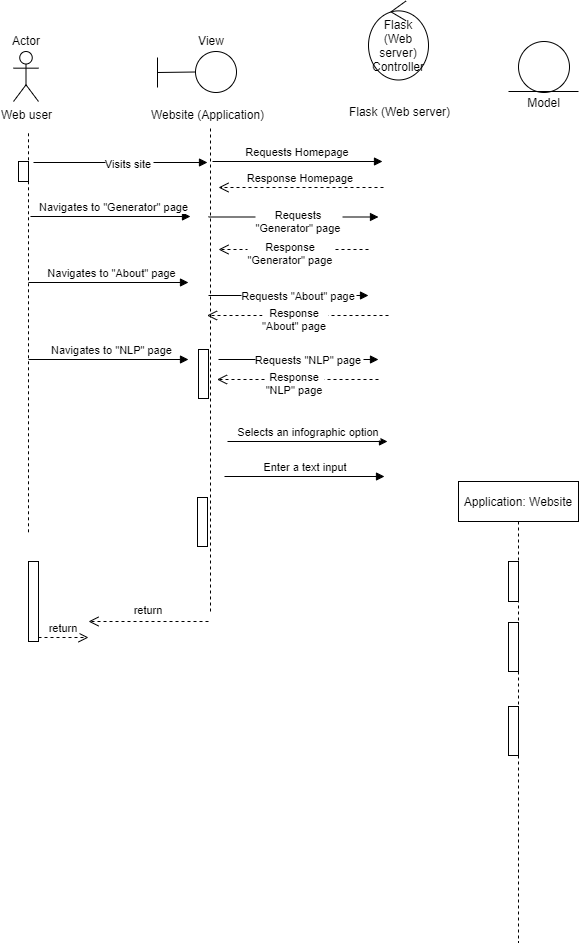
This is Documentation/Design/GIFT-UML-Sequence-Diagram.png from John8790909/Generating-Infographics-from-Text, a draw.io export, as it was before one commit. Source tidied: cells renumbered, new cells last; positions are measured from the earlier drawing's top-left corner, leaving out a move shared by most shapes.
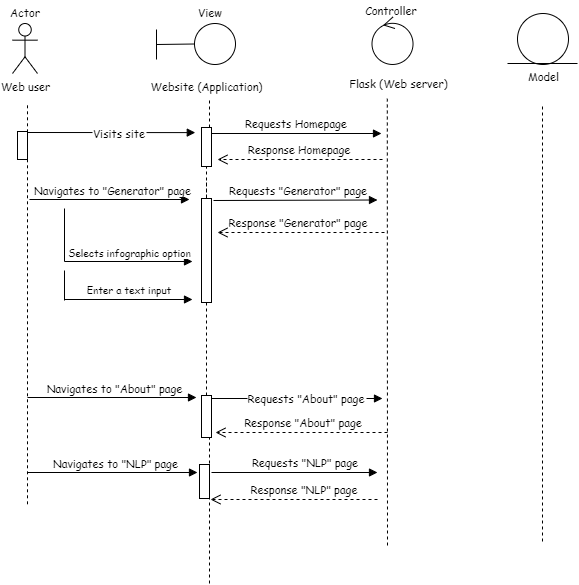
The same diagram one commit later.

The edit, as a diff of the source:
```diff
@@ -2,180 +2,197 @@
   <root>
     <mxCell id="0" />
     <mxCell id="1" parent="0" />
-    <mxCell id="2" value="return" style="verticalAlign=bottom;endArrow=open;dashed=1;endSize=8;shadow=0;strokeWidth=1;" parent="1" edge="1">
-      <mxGeometry y="-2" relative="1" as="geometry">
-        <mxPoint x="202" y="620" as="sourcePoint" />
-        <mxPoint x="82" y="620" as="targetPoint" />
-      </mxGeometry>
-    </mxCell>
+    <mxCell id="40" style="endArrow=none;dashed=1;html=1;startArrow=none;fontFamily=Comic Sans MS;fontSize=11;" parent="1" edge="1" source="17">
+      <mxGeometry relative="1" as="geometry">
+        <mxPoint x="201" y="208" as="targetPoint" />
+      </mxGeometry>
+    </mxCell>
-    <mxCell id="3" value="Visits site" style="verticalAlign=bottom;endArrow=block;entryX=0;entryY=0;shadow=0;strokeWidth=1;" parent="1" edge="1">
+    <mxCell id="3" value="Visits site" style="verticalAlign=bottom;endArrow=block;entryX=-0.62;entryY=0.131;shadow=0;strokeWidth=1;entryDx=0;entryDy=0;entryPerimeter=0;fontFamily=Comic Sans MS;fontSize=11;" parent="1" edge="1" target="42">
       <mxGeometry x="0.09" y="-11" relative="1" as="geometry">
-        <mxPoint x="27" y="161" as="sourcePoint" />
-        <mxPoint x="201" y="161" as="targetPoint" />
+        <mxPoint x="22" y="159" as="sourcePoint" />
       </mxGeometry>
     </mxCell>
-    <mxCell id="4" value="return" style="verticalAlign=bottom;endArrow=open;dashed=1;endSize=8;exitX=1;exitY=0.95;shadow=0;strokeWidth=1;" parent="1" edge="1" source="8">
-      <mxGeometry relative="1" as="geometry">
-        <mxPoint x="82" y="636" as="targetPoint" />
-      </mxGeometry>
-    </mxCell>
-    <mxCell id="5" value="Requests Homepage" style="verticalAlign=bottom;endArrow=block;entryX=0;entryY=0;shadow=0;strokeWidth=1;" parent="1" edge="1">
+    <mxCell id="5" value="Requests Homepage" style="verticalAlign=bottom;endArrow=block;entryX=0;entryY=0;shadow=0;strokeWidth=1;fontFamily=Comic Sans MS;fontSize=11;" parent="1" edge="1">
       <mxGeometry relative="1" as="geometry">
         <mxPoint x="206" y="160" as="sourcePoint" />
         <mxPoint x="376" y="160" as="targetPoint" />
       </mxGeometry>
     </mxCell>
-    <mxCell id="6" value="Response Homepage" style="verticalAlign=bottom;endArrow=open;dashed=1;endSize=8;shadow=0;strokeWidth=1;" parent="1" edge="1">
+    <mxCell id="6" value="Response Homepage" style="verticalAlign=bottom;endArrow=open;dashed=1;endSize=8;shadow=0;strokeWidth=1;fontFamily=Comic Sans MS;fontSize=11;" parent="1" edge="1">
       <mxGeometry relative="1" as="geometry">
         <mxPoint x="377" y="186" as="sourcePoint" />
         <mxPoint x="212" y="186" as="targetPoint" />
       </mxGeometry>
     </mxCell>
-    <mxCell id="7" value="Navigates to &amp;quot;Generator&amp;quot; page" style="verticalAlign=bottom;endArrow=block;shadow=0;strokeWidth=1;html=1;" parent="1" edge="1">
+    <mxCell id="7" value="Navigates to &quot;Generator&quot; page" style="verticalAlign=bottom;endArrow=block;shadow=0;strokeWidth=1;html=1;fontFamily=Comic Sans MS;fontSize=11;" parent="1" edge="1">
       <mxGeometry x="0.03" relative="1" as="geometry">
-        <mxPoint x="24" y="215" as="sourcePoint" />
-        <mxPoint x="184" y="215" as="targetPoint" />
+        <mxPoint x="24" y="226" as="sourcePoint" />
+        <mxPoint x="184" y="226" as="targetPoint" />
       </mxGeometry>
     </mxCell>
-    <mxCell id="8" style="points=[];perimeter=orthogonalPerimeter;rounded=0;shadow=0;strokeWidth=1;" parent="1" vertex="1">
-      <mxGeometry x="22" y="560" width="10" height="80" as="geometry" />
-    </mxCell>
-    <mxCell id="9" value="Requests &#10;&quot;Generator&quot; page" style="verticalAlign=bottom;endArrow=block;entryX=0;entryY=0;shadow=0;strokeWidth=1;" parent="1" edge="1">
-      <mxGeometry x="0.06" y="-20" relative="1" as="geometry">
-        <mxPoint x="202" y="215.5" as="sourcePoint" />
-        <mxPoint x="372" y="215.5" as="targetPoint" />
+    <mxCell id="9" value="Requests &quot;Generator&quot; page" style="verticalAlign=bottom;endArrow=block;entryX=0;entryY=0;shadow=0;strokeWidth=1;fontFamily=Comic Sans MS;fontSize=11;" parent="1" edge="1">
+      <mxGeometry x="0.04" relative="1" as="geometry">
+        <mxPoint x="208" y="227" as="sourcePoint" />
+        <mxPoint x="372" y="226.5" as="targetPoint" />
       </mxGeometry>
     </mxCell>
-    <mxCell id="10" value="Response&#10;&quot;Generator&quot; page" style="verticalAlign=bottom;endArrow=open;dashed=1;endSize=8;shadow=0;strokeWidth=1;" parent="1" edge="1">
-      <mxGeometry x="0.04" y="20" relative="1" as="geometry">
-        <mxPoint x="362" y="248" as="sourcePoint" />
-        <mxPoint x="212" y="248" as="targetPoint" />
+    <mxCell id="10" value="Response &quot;Generator&quot; page" style="verticalAlign=bottom;endArrow=open;dashed=1;endSize=8;shadow=0;strokeWidth=1;fontSize=11;fontFamily=Comic Sans MS;" parent="1" edge="1">
+      <mxGeometry x="0.03" relative="1" as="geometry">
+        <mxPoint x="379" y="259" as="sourcePoint" />
+        <mxPoint x="212" y="259" as="targetPoint" />
       </mxGeometry>
     </mxCell>
-    <mxCell id="11" value="Navigates to &quot;About&quot; page" style="verticalAlign=bottom;endArrow=block;shadow=0;strokeWidth=1;html=1;" parent="1" edge="1">
+    <mxCell id="11" value="Navigates to &quot;About&quot; page" style="verticalAlign=bottom;endArrow=block;shadow=0;strokeWidth=1;html=1;fontFamily=Comic Sans MS;fontSize=11;" parent="1" edge="1">
       <mxGeometry x="0.03" relative="1" as="geometry">
-        <mxPoint x="22" y="281" as="sourcePoint" />
-        <mxPoint x="182" y="281" as="targetPoint" />
+        <mxPoint x="22" y="424" as="sourcePoint" />
+        <mxPoint x="191" y="424" as="targetPoint" />
       </mxGeometry>
     </mxCell>
-    <mxCell id="12" value="Navigates to &quot;NLP&quot; page" style="verticalAlign=bottom;endArrow=block;shadow=0;strokeWidth=1;html=1;" parent="1" edge="1">
+    <mxCell id="12" value="Navigates to &quot;NLP&quot; page" style="verticalAlign=bottom;endArrow=block;shadow=0;strokeWidth=1;html=1;fontFamily=Comic Sans MS;fontSize=11;" parent="1" edge="1">
       <mxGeometry x="0.03" relative="1" as="geometry">
-        <mxPoint x="22" y="358" as="sourcePoint" />
-        <mxPoint x="182" y="358" as="targetPoint" />
+        <mxPoint x="22" y="499" as="sourcePoint" />
+        <mxPoint x="192" y="499" as="targetPoint" />
       </mxGeometry>
     </mxCell>
-    <mxCell id="13" value="Requests &quot;About&quot; page" style="verticalAlign=bottom;endArrow=block;shadow=0;strokeWidth=1;" parent="1" edge="1">
+    <mxCell id="13" value="Requests &quot;About&quot; page" style="verticalAlign=bottom;endArrow=block;shadow=0;strokeWidth=1;fontFamily=Comic Sans MS;fontSize=11;" parent="1" edge="1">
       <mxGeometry x="0.12" y="-10" relative="1" as="geometry">
-        <mxPoint x="202" y="294" as="sourcePoint" />
-        <mxPoint x="362" y="294" as="targetPoint" />
+        <mxPoint x="204" y="425" as="sourcePoint" />
+        <mxPoint x="377" y="425" as="targetPoint" />
       </mxGeometry>
     </mxCell>
-    <mxCell id="14" value="Response&#10;&quot;About&quot; page" style="verticalAlign=bottom;endArrow=open;dashed=1;endSize=8;shadow=0;strokeWidth=1;" parent="1" edge="1">
-      <mxGeometry x="0.04" y="20" relative="1" as="geometry">
-        <mxPoint x="382" y="314" as="sourcePoint" />
-        <mxPoint x="200.5" y="314" as="targetPoint" />
+    <mxCell id="14" value="Response &quot;About&quot; page" style="verticalAlign=bottom;endArrow=open;dashed=1;endSize=8;shadow=0;strokeWidth=1;fontFamily=Comic Sans MS;fontSize=11;" parent="1" edge="1">
+      <mxGeometry x="-0.02" relative="1" as="geometry">
+        <mxPoint x="382" y="459" as="sourcePoint" />
+        <mxPoint x="210" y="459" as="targetPoint" />
       </mxGeometry>
     </mxCell>
-    <mxCell id="15" value="Requests &quot;NLP&quot; page" style="verticalAlign=bottom;endArrow=block;shadow=0;strokeWidth=1;" parent="1" edge="1">
-      <mxGeometry x="0.12" y="-10" relative="1" as="geometry">
-        <mxPoint x="212" y="358" as="sourcePoint" />
-        <mxPoint x="372" y="358" as="targetPoint" />
+    <mxCell id="15" value="Requests &quot;NLP&quot; page" style="verticalAlign=bottom;endArrow=block;shadow=0;strokeWidth=1;fontFamily=Comic Sans MS;fontSize=11;" parent="1" edge="1">
+      <mxGeometry x="0.14" relative="1" as="geometry">
+        <mxPoint x="206" y="499" as="sourcePoint" />
+        <mxPoint x="372" y="499" as="targetPoint" />
       </mxGeometry>
     </mxCell>
-    <mxCell id="16" value="Response&#10;&quot;NLP&quot; page" style="verticalAlign=bottom;endArrow=open;dashed=1;endSize=8;shadow=0;strokeWidth=1;" parent="1" edge="1">
-      <mxGeometry x="0.04" y="20" relative="1" as="geometry">
-        <mxPoint x="372" y="378" as="sourcePoint" />
-        <mxPoint x="210.5" y="378" as="targetPoint" />
+    <mxCell id="16" value="Response &quot;NLP&quot; page" style="verticalAlign=bottom;endArrow=open;dashed=1;endSize=8;shadow=0;strokeWidth=1;fontFamily=Comic Sans MS;fontSize=11;" parent="1" edge="1">
+      <mxGeometry x="-0.12" relative="1" as="geometry">
+        <mxPoint x="372" y="526" as="sourcePoint" />
+        <mxPoint x="205" y="526" as="targetPoint" />
       </mxGeometry>
     </mxCell>
-    <mxCell id="17" style="points=[];perimeter=orthogonalPerimeter;rounded=0;shadow=0;strokeWidth=1;" parent="1" vertex="1">
-      <mxGeometry x="192" y="348" width="10" height="49" as="geometry" />
-    </mxCell>
-    <mxCell id="18" style="perimeter=orthogonalPerimeter;rounded=0;shadow=0;strokeWidth=1;" parent="1" vertex="1">
-      <mxGeometry x="191" y="496" width="10" height="49" as="geometry" />
+    <mxCell id="18" style="perimeter=orthogonalPerimeter;rounded=0;shadow=0;strokeWidth=1;fontFamily=Comic Sans MS;fontSize=11;" parent="1" vertex="1">
+      <mxGeometry x="194" y="491" width="10" height="34" as="geometry" />
     </mxCell>
-    <mxCell id="19" value="Web user" style="shape=umlActor;verticalLabelPosition=bottom;verticalAlign=top;html=1;" parent="1" vertex="1">
+    <mxCell id="19" value="Web user" style="shape=umlActor;verticalLabelPosition=bottom;verticalAlign=top;html=1;fontFamily=Comic Sans MS;fontSize=11;" parent="1" vertex="1">
       <mxGeometry x="7" y="50" width="25" height="50" as="geometry" />
     </mxCell>
-    <mxCell id="20" value="Selects an infographic option" style="verticalAlign=bottom;endArrow=block;shadow=0;strokeWidth=1;" parent="1" edge="1">
+    <mxCell id="20" value="&lt;font style=&quot;font-size: 10px&quot;&gt;Selects infographic option&lt;/font&gt;" style="verticalAlign=bottom;endArrow=block;shadow=0;strokeWidth=1;fontFamily=Comic Sans MS;fontSize=11;html=1;" parent="1" edge="1">
       <mxGeometry x="0.01" relative="1" as="geometry">
-        <mxPoint x="221" y="440" as="sourcePoint" />
-        <mxPoint x="381" y="440" as="targetPoint" />
+        <mxPoint x="59" y="288" as="sourcePoint" />
+        <mxPoint x="187" y="288" as="targetPoint" />
       </mxGeometry>
     </mxCell>
-    <mxCell id="21" value="Enter a text input" style="verticalAlign=bottom;endArrow=block;shadow=0;strokeWidth=1;" parent="1" edge="1">
+    <mxCell id="21" value="Enter a text input" style="verticalAlign=bottom;endArrow=block;shadow=0;strokeWidth=1;fontFamily=Comic Sans MS;fontSize=10;" parent="1" edge="1">
       <mxGeometry x="0.01" relative="1" as="geometry">
-        <mxPoint x="218" y="475" as="sourcePoint" />
-        <mxPoint x="378" y="475" as="targetPoint" />
+        <mxPoint x="59" y="326" as="sourcePoint" />
+        <mxPoint x="187" y="326" as="targetPoint" />
       </mxGeometry>
     </mxCell>
-    <mxCell id="22" style="perimeter=orthogonalPerimeter;rounded=0;shadow=0;strokeWidth=1;" parent="1" vertex="1">
-      <mxGeometry x="12" y="160" width="10" height="20" as="geometry" />
+    <mxCell id="22" style="perimeter=orthogonalPerimeter;rounded=0;shadow=0;strokeWidth=1;fontFamily=Comic Sans MS;fontSize=11;" parent="1" vertex="1">
+      <mxGeometry x="12" y="158" width="10" height="28" as="geometry" />
     </mxCell>
-    <mxCell id="23" style="ellipse;whiteSpace=wrap;html=1;" parent="1" vertex="1">
+    <mxCell id="23" style="ellipse;whiteSpace=wrap;html=1;fontFamily=Comic Sans MS;fontSize=11;" parent="1" vertex="1">
       <mxGeometry x="512" y="40" width="51" height="51" as="geometry" />
     </mxCell>
-    <mxCell id="24" style="endArrow=none;html=1;" parent="1" edge="1">
+    <mxCell id="24" style="endArrow=none;html=1;fontFamily=Comic Sans MS;fontSize=11;" parent="1" edge="1">
       <mxGeometry relative="1" as="geometry">
         <mxPoint x="502" y="90" as="sourcePoint" />
         <mxPoint x="572" y="90" as="targetPoint" />
       </mxGeometry>
     </mxCell>
-    <mxCell id="25" value="Model" style="text;html=1;align=center;verticalAlign=middle;strokeColor=none;" parent="1" vertex="1">
-      <mxGeometry x="512" y="91" width="50" height="20" as="geometry" />
+    <mxCell id="25" value="Model" style="text;html=1;align=center;verticalAlign=middle;strokeColor=none;fontFamily=Comic Sans MS;fontSize=11;" parent="1" vertex="1">
+      <mxGeometry x="517" y="94" width="41" height="17" as="geometry" />
     </mxCell>
-    <mxCell id="26" style="endArrow=none;dashed=1;html=1;" parent="1" edge="1">
+    <mxCell id="26" style="endArrow=none;dashed=1;html=1;fontFamily=Comic Sans MS;fontSize=11;" parent="1" edge="1">
       <mxGeometry relative="1" as="geometry">
         <mxPoint x="22" y="530.8" as="sourcePoint" />
         <mxPoint x="22" y="130" as="targetPoint" />
       </mxGeometry>
     </mxCell>
-    <mxCell id="27" value="Application: Website" style="shape=umlLifeline;perimeter=lifelinePerimeter;rounded=0;shadow=0;strokeWidth=1;" parent="1" vertex="1">
-      <mxGeometry x="452" y="480" width="120" height="461" as="geometry" />
-    </mxCell>
-    <mxCell id="28" style="perimeter=orthogonalPerimeter;rounded=0;shadow=0;strokeWidth=1;" parent="27" vertex="1">
-      <mxGeometry x="50" y="80" width="10" height="40" as="geometry" />
-    </mxCell>
-    <mxCell id="29" style="perimeter=orthogonalPerimeter;rounded=0;shadow=0;strokeWidth=1;" parent="27" vertex="1">
-      <mxGeometry x="50" y="141" width="10" height="49" as="geometry" />
-    </mxCell>
-    <mxCell id="30" style="perimeter=orthogonalPerimeter;rounded=0;shadow=0;strokeWidth=1;" parent="27" vertex="1">
-      <mxGeometry x="50" y="225" width="10" height="49" as="geometry" />
-    </mxCell>
-    <mxCell id="31" style="ellipse;whiteSpace=wrap;html=1;" parent="1" vertex="1">
+    <mxCell id="31" style="ellipse;whiteSpace=wrap;html=1;fontFamily=Comic Sans MS;fontSize=11;" parent="1" vertex="1">
       <mxGeometry x="189" y="50" width="41" height="41" as="geometry" />
     </mxCell>
-    <mxCell id="32" style="endArrow=none;html=1;entryX=0;entryY=0.5;entryDx=0;entryDy=0;" parent="1" edge="1" target="31">
+    <mxCell id="32" style="endArrow=none;html=1;entryX=0;entryY=0.5;entryDx=0;entryDy=0;fontFamily=Comic Sans MS;fontSize=11;" parent="1" edge="1" target="31">
       <mxGeometry relative="1" as="geometry">
         <mxPoint x="151" y="71" as="sourcePoint" />
       </mxGeometry>
     </mxCell>
-    <mxCell id="33" style="endArrow=none;html=1;" parent="1" edge="1">
+    <mxCell id="33" style="endArrow=none;html=1;fontFamily=Comic Sans MS;fontSize=11;" parent="1" edge="1">
       <mxGeometry relative="1" as="geometry">
         <mxPoint x="151" y="86" as="sourcePoint" />
         <mxPoint x="151" y="56" as="targetPoint" />
       </mxGeometry>
     </mxCell>
-    <mxCell id="34" value="View" style="text;html=1;strokeColor=none;fillColor=none;align=center;verticalAlign=middle;whiteSpace=wrap;rounded=0;" parent="1" vertex="1">
+    <mxCell id="34" value="View" style="text;html=1;strokeColor=none;fillColor=none;align=center;verticalAlign=middle;whiteSpace=wrap;rounded=0;fontFamily=Comic Sans MS;fontSize=11;" parent="1" vertex="1">
       <mxGeometry x="185" y="29" width="40" height="20" as="geometry" />
     </mxCell>
-    <mxCell id="35" value="Actor" style="text;html=1;strokeColor=none;fillColor=none;align=center;verticalAlign=middle;whiteSpace=wrap;rounded=0;" parent="1" vertex="1">
+    <mxCell id="35" value="Actor" style="text;html=1;strokeColor=none;fillColor=none;align=center;verticalAlign=middle;whiteSpace=wrap;rounded=0;fontFamily=Comic Sans MS;fontSize=11;" parent="1" vertex="1">
       <mxGeometry x="-0.5" y="29" width="40" height="20" as="geometry" />
     </mxCell>
-    <mxCell id="36" value="Website (Application)" style="text;html=1;strokeColor=none;fillColor=none;align=center;verticalAlign=middle;whiteSpace=wrap;rounded=0;" parent="1" vertex="1">
+    <mxCell id="36" value="Website (Application)" style="text;html=1;strokeColor=none;fillColor=none;align=center;verticalAlign=middle;whiteSpace=wrap;rounded=0;fontFamily=Comic Sans MS;fontSize=11;" parent="1" vertex="1">
       <mxGeometry x="142.5" y="103" width="117" height="20" as="geometry" />
     </mxCell>
-    <mxCell id="37" style="endArrow=none;dashed=1;html=1;" parent="1" edge="1">
+    <mxCell id="37" style="endArrow=none;dashed=1;html=1;startArrow=none;fontFamily=Comic Sans MS;fontSize=11;" parent="1" edge="1" source="42">
       <mxGeometry relative="1" as="geometry">
-        <mxPoint x="204" y="610" as="sourcePoint" />
         <mxPoint x="204" y="127" as="targetPoint" />
       </mxGeometry>
     </mxCell>
-    <mxCell id="38" value="Flask (Web server) Controller" style="ellipse;shape=umlControl;whiteSpace=wrap;html=1;fillColor=#ffffff;" parent="1" vertex="1">
-      <mxGeometry x="362" y="-0.5" width="60" height="79" as="geometry" />
+    <mxCell id="38" style="ellipse;shape=umlControl;whiteSpace=wrap;html=1;fillColor=#ffffff;rotation=-10;fontFamily=Comic Sans MS;fontSize=11;" parent="1" vertex="1">
+      <mxGeometry x="366" y="44" width="41" height="47" as="geometry" />
     </mxCell>
-    <mxCell id="39" value="Flask (Web server)" style="text;html=1;strokeColor=none;fillColor=none;align=center;verticalAlign=middle;whiteSpace=wrap;rounded=0;" parent="1" vertex="1">
+    <mxCell id="39" value="Flask (Web server)" style="text;html=1;strokeColor=none;fillColor=none;align=center;verticalAlign=middle;whiteSpace=wrap;rounded=0;fontFamily=Comic Sans MS;fontSize=11;" parent="1" vertex="1">
       <mxGeometry x="335" y="100" width="117" height="20" as="geometry" />
     </mxCell>
+    <mxCell id="41" value="Controller" style="text;html=1;strokeColor=none;fillColor=none;align=center;verticalAlign=middle;whiteSpace=wrap;rounded=0;fontFamily=Comic Sans MS;fontSize=11;" parent="1" vertex="1">
+      <mxGeometry x="366" y="27" width="40" height="20" as="geometry" />
+    </mxCell>
+    <mxCell id="42" style="points=[];perimeter=orthogonalPerimeter;rounded=0;shadow=0;strokeWidth=1;fontFamily=Comic Sans MS;fontSize=11;" parent="1" vertex="1">
+      <mxGeometry x="196" y="154" width="10" height="39" as="geometry" />
+    </mxCell>
+    <mxCell id="43" style="endArrow=none;dashed=1;html=1;startArrow=none;fontFamily=Comic Sans MS;fontSize=11;" parent="1" edge="1" source="44" target="42">
+      <mxGeometry relative="1" as="geometry" />
+    </mxCell>
+    <mxCell id="44" style="points=[];perimeter=orthogonalPerimeter;rounded=0;shadow=0;strokeWidth=1;fontFamily=Comic Sans MS;fontSize=11;" parent="1" vertex="1">
+      <mxGeometry x="196" y="225" width="10" height="104" as="geometry" />
+    </mxCell>
+    <mxCell id="45" style="endArrow=none;dashed=1;html=1;fontFamily=Comic Sans MS;fontSize=11;entryX=0.4;entryY=1.26;entryDx=0;entryDy=0;entryPerimeter=0;" parent="1" edge="1" target="39">
+      <mxGeometry relative="1" as="geometry">
+        <mxPoint x="382" y="572" as="sourcePoint" />
+      </mxGeometry>
+    </mxCell>
+    <mxCell id="17" style="points=[];perimeter=orthogonalPerimeter;rounded=0;shadow=0;strokeWidth=1;fontFamily=Comic Sans MS;fontSize=11;" parent="1" vertex="1">
+      <mxGeometry x="196" y="422" width="10" height="42" as="geometry" />
+    </mxCell>
+    <mxCell id="46" style="endArrow=none;dashed=1;html=1;fontFamily=Comic Sans MS;fontSize=11;" parent="1" edge="1" target="17">
+      <mxGeometry relative="1" as="geometry">
+        <mxPoint x="204" y="610" as="sourcePoint" />
+      </mxGeometry>
+    </mxCell>
+    <mxCell id="47" style="endArrow=none;dashed=1;html=1;fontFamily=Comic Sans MS;fontSize=11;" parent="1" edge="1">
+      <mxGeometry relative="1" as="geometry">
+        <mxPoint x="537" y="568" as="sourcePoint" />
+        <mxPoint x="537" y="131" as="targetPoint" />
+      </mxGeometry>
+    </mxCell>
+    <mxCell id="48" style="endArrow=none;html=1;fontFamily=Comic Sans MS;fontSize=10;" parent="1" edge="1">
+      <mxGeometry relative="1" as="geometry">
+        <mxPoint x="59" y="288" as="sourcePoint" />
+        <mxPoint x="59" y="235" as="targetPoint" />
+      </mxGeometry>
+    </mxCell>
+    <mxCell id="49" style="endArrow=none;html=1;fontFamily=Comic Sans MS;fontSize=10;" parent="1" edge="1">
+      <mxGeometry relative="1" as="geometry">
+        <mxPoint x="59" y="327" as="sourcePoint" />
+        <mxPoint x="59" y="297" as="targetPoint" />
+      </mxGeometry>
+    </mxCell>
   </root>
 </mxGraphModel>
```
